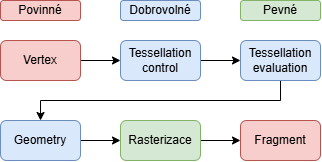
GlummixX/BevyThesis keeps this draw.io diagram as gpu pipeline.png. Above is the earlier version. Source tidied: cells renumbered, new cells last; positions are measured from the earlier drawing's top-left corner, leaving out a move shared by most shapes. Its diagram source:
```xml
<mxGraphModel>
  <root>
    <mxCell id="0" />
    <mxCell id="1" parent="0" />
    <mxCell id="2" style="edgeStyle=orthogonalEdgeStyle;rounded=0;jettySize=auto;html=1;exitX=1;exitY=0.5;exitDx=0;exitDy=0;" parent="1" edge="1" source="3" target="5">
      <mxGeometry relative="1" as="geometry" />
    </mxCell>
    <mxCell id="3" value="Vertex" style="rounded=1;whiteSpace=wrap;html=1;fillColor=#f8cecc;strokeColor=#b85450;" parent="1" vertex="1">
      <mxGeometry y="40" width="80" height="40" as="geometry" />
    </mxCell>
    <mxCell id="4" style="edgeStyle=orthogonalEdgeStyle;rounded=0;jettySize=auto;html=1;exitX=1;exitY=0.5;exitDx=0;exitDy=0;entryX=0;entryY=0.5;entryDx=0;entryDy=0;" parent="1" edge="1" source="5" target="7">
      <mxGeometry relative="1" as="geometry" />
    </mxCell>
    <mxCell id="5" value="Tessellation&lt;div&gt;control&lt;/div&gt;" style="rounded=1;whiteSpace=wrap;html=1;fillColor=#dae8fc;strokeColor=#6c8ebf;" parent="1" vertex="1">
      <mxGeometry x="120" y="40" width="80" height="40" as="geometry" />
    </mxCell>
    <mxCell id="6" style="edgeStyle=orthogonalEdgeStyle;rounded=0;jettySize=auto;html=1;exitX=0.5;exitY=1;exitDx=0;exitDy=0;" parent="1" edge="1" source="7" target="9">
      <mxGeometry relative="1" as="geometry" />
    </mxCell>
    <mxCell id="7" value="Tessellation&lt;div&gt;evaluation&lt;/div&gt;" style="rounded=1;whiteSpace=wrap;html=1;fillColor=#dae8fc;strokeColor=#6c8ebf;" parent="1" vertex="1">
      <mxGeometry x="240" y="40" width="80" height="40" as="geometry" />
    </mxCell>
    <mxCell id="8" style="edgeStyle=orthogonalEdgeStyle;rounded=0;jettySize=auto;html=1;exitX=1;exitY=0.5;exitDx=0;exitDy=0;entryX=0;entryY=0.5;entryDx=0;entryDy=0;" parent="1" edge="1" source="9" target="12">
      <mxGeometry relative="1" as="geometry" />
    </mxCell>
    <mxCell id="9" value="Geometry" style="rounded=1;whiteSpace=wrap;html=1;fillColor=#dae8fc;strokeColor=#6c8ebf;" parent="1" vertex="1">
      <mxGeometry y="120" width="80" height="40" as="geometry" />
    </mxCell>
    <mxCell id="10" value="Fragment" style="rounded=1;whiteSpace=wrap;html=1;fillColor=#f8cecc;strokeColor=#b85450;" parent="1" vertex="1">
      <mxGeometry x="240" y="120" width="80" height="40" as="geometry" />
    </mxCell>
    <mxCell id="11" style="edgeStyle=orthogonalEdgeStyle;rounded=0;jettySize=auto;html=1;exitX=1;exitY=0.5;exitDx=0;exitDy=0;entryX=0;entryY=0.5;entryDx=0;entryDy=0;" parent="1" edge="1" source="12" target="10">
      <mxGeometry relative="1" as="geometry" />
    </mxCell>
    <mxCell id="12" value="Rasterizace" style="rounded=1;whiteSpace=wrap;html=1;fillColor=#d5e8d4;strokeColor=#82b366;" parent="1" vertex="1">
      <mxGeometry x="120" y="120" width="80" height="40" as="geometry" />
    </mxCell>
    <mxCell id="13" value="Povinné" style="rounded=1;whiteSpace=wrap;html=1;fillColor=#f8cecc;strokeColor=#b85450;" parent="1" vertex="1">
      <mxGeometry width="80" height="20" as="geometry" />
    </mxCell>
    <mxCell id="14" value="Dobrovolné" style="rounded=1;whiteSpace=wrap;html=1;fillColor=#dae8fc;strokeColor=#6c8ebf;" parent="1" vertex="1">
      <mxGeometry x="120" width="80" height="20" as="geometry" />
    </mxCell>
    <mxCell id="15" value="Pevné" style="rounded=1;whiteSpace=wrap;html=1;fillColor=#d5e8d4;strokeColor=#82b366;" parent="1" vertex="1">
      <mxGeometry x="240" width="80" height="20" as="geometry" />
    </mxCell>
  </root>
</mxGraphModel>
```
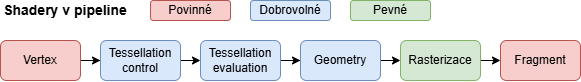
Above is the later version.

The edit, as a diff of the source:
```diff
@@ -12,37 +12,40 @@
       <mxGeometry relative="1" as="geometry" />
     </mxCell>
     <mxCell id="5" value="Tessellation&lt;div&gt;control&lt;/div&gt;" style="rounded=1;whiteSpace=wrap;html=1;fillColor=#dae8fc;strokeColor=#6c8ebf;" parent="1" vertex="1">
-      <mxGeometry x="120" y="40" width="80" height="40" as="geometry" />
+      <mxGeometry x="100" y="40" width="80" height="40" as="geometry" />
     </mxCell>
-    <mxCell id="6" style="edgeStyle=orthogonalEdgeStyle;rounded=0;jettySize=auto;html=1;exitX=0.5;exitY=1;exitDx=0;exitDy=0;" parent="1" edge="1" source="7" target="9">
+    <mxCell id="6" style="edgeStyle=orthogonalEdgeStyle;rounded=0;jettySize=auto;html=1;exitX=1;exitY=0.5;exitDx=0;exitDy=0;" parent="1" edge="1" source="7" target="9">
       <mxGeometry relative="1" as="geometry" />
     </mxCell>
     <mxCell id="7" value="Tessellation&lt;div&gt;evaluation&lt;/div&gt;" style="rounded=1;whiteSpace=wrap;html=1;fillColor=#dae8fc;strokeColor=#6c8ebf;" parent="1" vertex="1">
-      <mxGeometry x="240" y="40" width="80" height="40" as="geometry" />
+      <mxGeometry x="200" y="40" width="80" height="40" as="geometry" />
     </mxCell>
     <mxCell id="8" style="edgeStyle=orthogonalEdgeStyle;rounded=0;jettySize=auto;html=1;exitX=1;exitY=0.5;exitDx=0;exitDy=0;entryX=0;entryY=0.5;entryDx=0;entryDy=0;" parent="1" edge="1" source="9" target="12">
       <mxGeometry relative="1" as="geometry" />
     </mxCell>
     <mxCell id="9" value="Geometry" style="rounded=1;whiteSpace=wrap;html=1;fillColor=#dae8fc;strokeColor=#6c8ebf;" parent="1" vertex="1">
-      <mxGeometry y="120" width="80" height="40" as="geometry" />
+      <mxGeometry x="300" y="40" width="80" height="40" as="geometry" />
     </mxCell>
     <mxCell id="10" value="Fragment" style="rounded=1;whiteSpace=wrap;html=1;fillColor=#f8cecc;strokeColor=#b85450;" parent="1" vertex="1">
-      <mxGeometry x="240" y="120" width="80" height="40" as="geometry" />
+      <mxGeometry x="500" y="40" width="80" height="40" as="geometry" />
     </mxCell>
     <mxCell id="11" style="edgeStyle=orthogonalEdgeStyle;rounded=0;jettySize=auto;html=1;exitX=1;exitY=0.5;exitDx=0;exitDy=0;entryX=0;entryY=0.5;entryDx=0;entryDy=0;" parent="1" edge="1" source="12" target="10">
       <mxGeometry relative="1" as="geometry" />
     </mxCell>
     <mxCell id="12" value="Rasterizace" style="rounded=1;whiteSpace=wrap;html=1;fillColor=#d5e8d4;strokeColor=#82b366;" parent="1" vertex="1">
-      <mxGeometry x="120" y="120" width="80" height="40" as="geometry" />
+      <mxGeometry x="400" y="40" width="80" height="40" as="geometry" />
     </mxCell>
     <mxCell id="13" value="Povinné" style="rounded=1;whiteSpace=wrap;html=1;fillColor=#f8cecc;strokeColor=#b85450;" parent="1" vertex="1">
-      <mxGeometry width="80" height="20" as="geometry" />
+      <mxGeometry x="150" width="80" height="20" as="geometry" />
     </mxCell>
     <mxCell id="14" value="Dobrovolné" style="rounded=1;whiteSpace=wrap;html=1;fillColor=#dae8fc;strokeColor=#6c8ebf;" parent="1" vertex="1">
-      <mxGeometry x="120" width="80" height="20" as="geometry" />
+      <mxGeometry x="250" width="80" height="20" as="geometry" />
     </mxCell>
     <mxCell id="15" value="Pevné" style="rounded=1;whiteSpace=wrap;html=1;fillColor=#d5e8d4;strokeColor=#82b366;" parent="1" vertex="1">
-      <mxGeometry x="240" width="80" height="20" as="geometry" />
+      <mxGeometry x="350" width="80" height="20" as="geometry" />
     </mxCell>
+    <mxCell id="16" value="Shadery v pipeline" style="text;html=1;whiteSpace=wrap;strokeColor=none;fillColor=none;align=center;verticalAlign=middle;rounded=0;fontSize=14;fontStyle=1;" parent="1" vertex="1">
+      <mxGeometry width="130" height="20" as="geometry" />
+    </mxCell>
   </root>
 </mxGraphModel>
```
